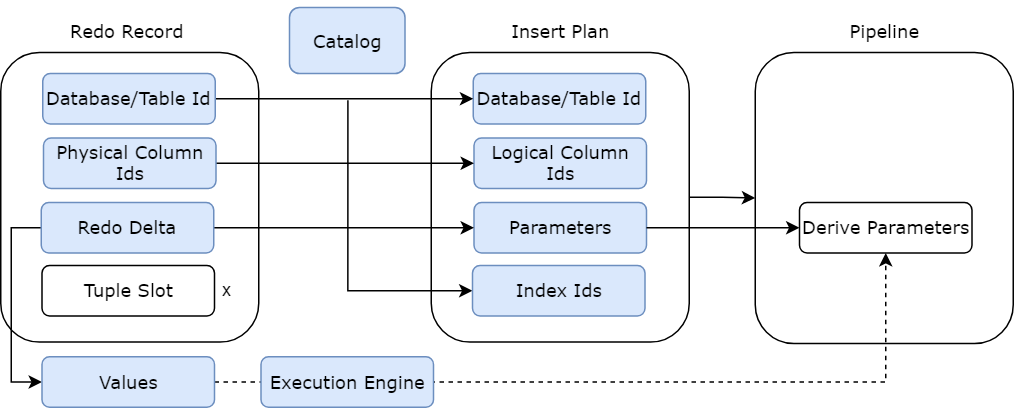
Earlier version of the draw.io export images/ParameterizedRedoRecord.png (tpan496/Thesis). Source tidied: cells renumbered, new cells last; positions are measured from the earlier drawing's top-left corner, leaving out a move shared by most shapes.
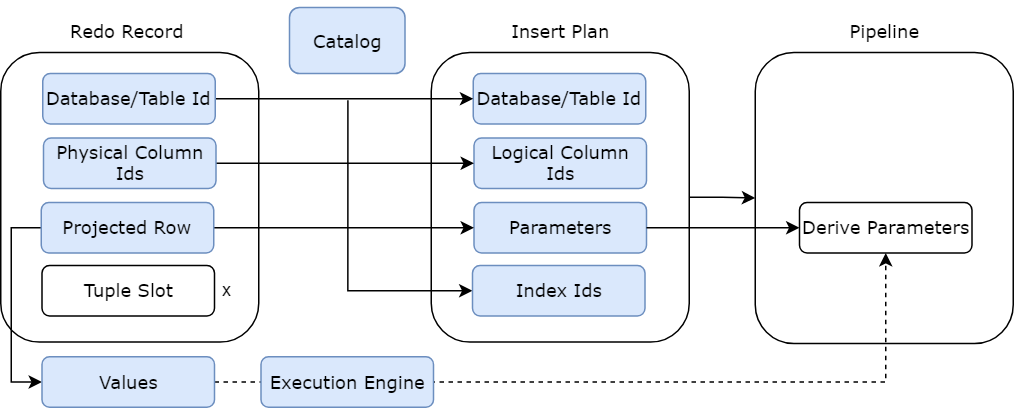
The same file after the commit.

Diff of the diagram source:
```diff
@@ -55,7 +55,7 @@
     <mxCell id="18" style="edgeStyle=orthogonalEdgeStyle;rounded=0;jettySize=auto;html=1;exitX=0;exitY=0.5;exitDx=0;exitDy=0;entryX=0;entryY=0.5;entryDx=0;entryDy=0;" parent="1" edge="1" source="19" target="25">
       <mxGeometry relative="1" as="geometry" />
     </mxCell>
-    <mxCell id="19" value="&lt;font face=&quot;Verdana&quot;&gt;Redo Delta&lt;/font&gt;" style="rounded=1;whiteSpace=wrap;html=1;fillColor=#dae8fc;strokeColor=#6c8ebf;" parent="1" vertex="1">
+    <mxCell id="19" value="&lt;font face=&quot;Verdana&quot;&gt;Projected Row&lt;/font&gt;" style="rounded=1;whiteSpace=wrap;html=1;fillColor=#dae8fc;strokeColor=#6c8ebf;" parent="1" vertex="1">
       <mxGeometry x="27" y="129.5" width="115" height="33.6" as="geometry" />
     </mxCell>
     <mxCell id="20" value="&lt;font face=&quot;Verdana&quot;&gt;Tuple Slot&lt;/font&gt;" style="rounded=1;whiteSpace=wrap;html=1;" parent="1" vertex="1">
```
